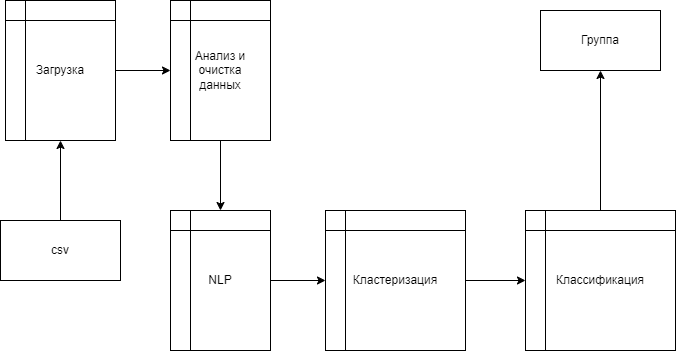
Thunderball78/bmstu keeps this draw.io diagram as dfd.png. Above is the earlier version. Source tidied: cells renumbered, new cells last; positions are measured from the earlier drawing's top-left corner, leaving out a move shared by most shapes. The source it was exported from:
```xml
<mxGraphModel>
  <root>
    <mxCell id="0" />
    <mxCell id="1" parent="0" />
    <mxCell id="2" style="edgeStyle=orthogonalEdgeStyle;rounded=0;jettySize=auto;html=1;entryX=0.5;entryY=1;entryDx=0;entryDy=0;" parent="1" edge="1" source="3" target="5">
      <mxGeometry relative="1" as="geometry" />
    </mxCell>
    <mxCell id="3" value="csv" style="rounded=0;whiteSpace=wrap;html=1;" parent="1" vertex="1">
      <mxGeometry y="220" width="120" height="60" as="geometry" />
    </mxCell>
    <mxCell id="4" style="edgeStyle=orthogonalEdgeStyle;rounded=0;jettySize=auto;html=1;entryX=0;entryY=0.5;entryDx=0;entryDy=0;" parent="1" edge="1" source="5" target="9">
      <mxGeometry relative="1" as="geometry" />
    </mxCell>
    <mxCell id="5" value="Загрузка" style="shape=internalStorage;whiteSpace=wrap;html=1;backgroundOutline=1;" parent="1" vertex="1">
      <mxGeometry x="5" width="110" height="140" as="geometry" />
    </mxCell>
    <mxCell id="6" style="edgeStyle=orthogonalEdgeStyle;rounded=0;jettySize=auto;html=1;exitX=1;exitY=0.5;exitDx=0;exitDy=0;entryX=0;entryY=0.5;entryDx=0;entryDy=0;" parent="1" edge="1" source="7" target="11">
      <mxGeometry relative="1" as="geometry" />
    </mxCell>
    <mxCell id="7" value="NLP" style="shape=internalStorage;whiteSpace=wrap;html=1;backgroundOutline=1;" parent="1" vertex="1">
      <mxGeometry x="170" y="210" width="100" height="140" as="geometry" />
    </mxCell>
    <mxCell id="8" style="edgeStyle=orthogonalEdgeStyle;rounded=0;jettySize=auto;html=1;" parent="1" edge="1" source="9" target="7">
      <mxGeometry relative="1" as="geometry" />
    </mxCell>
    <mxCell id="9" value="Анализ и&lt;br&gt;очистка&lt;br&gt;данных" style="shape=internalStorage;whiteSpace=wrap;html=1;backgroundOutline=1;" parent="1" vertex="1">
      <mxGeometry x="170" width="100" height="140" as="geometry" />
    </mxCell>
    <mxCell id="10" style="edgeStyle=orthogonalEdgeStyle;rounded=0;jettySize=auto;html=1;" parent="1" edge="1" source="11" target="13">
      <mxGeometry relative="1" as="geometry" />
    </mxCell>
    <mxCell id="11" value="Кластеризация" style="shape=internalStorage;whiteSpace=wrap;html=1;backgroundOutline=1;" parent="1" vertex="1">
      <mxGeometry x="325" y="210" width="140" height="140" as="geometry" />
    </mxCell>
    <mxCell id="12" style="edgeStyle=orthogonalEdgeStyle;rounded=0;jettySize=auto;html=1;entryX=0.5;entryY=1;entryDx=0;entryDy=0;" parent="1" edge="1" source="13" target="14">
      <mxGeometry relative="1" as="geometry" />
    </mxCell>
    <mxCell id="13" value="Классификация" style="shape=internalStorage;whiteSpace=wrap;html=1;backgroundOutline=1;" parent="1" vertex="1">
      <mxGeometry x="525" y="210" width="150" height="140" as="geometry" />
    </mxCell>
    <mxCell id="14" value="Группа" style="rounded=0;whiteSpace=wrap;html=1;" parent="1" vertex="1">
      <mxGeometry x="540" y="10" width="120" height="60" as="geometry" />
    </mxCell>
  </root>
</mxGraphModel>
```
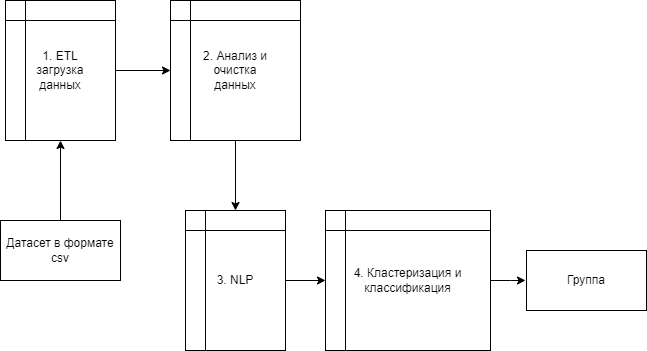
The same file after the commit.

Commit message:
upd dfd

Diff of the diagram source:
```diff
@@ -5,41 +5,37 @@
     <mxCell id="2" style="edgeStyle=orthogonalEdgeStyle;rounded=0;jettySize=auto;html=1;entryX=0.5;entryY=1;entryDx=0;entryDy=0;" parent="1" edge="1" source="3" target="5">
       <mxGeometry relative="1" as="geometry" />
     </mxCell>
-    <mxCell id="3" value="csv" style="rounded=0;whiteSpace=wrap;html=1;" parent="1" vertex="1">
+    <mxCell id="3" value="Датасет в формате csv" style="rounded=0;whiteSpace=wrap;html=1;" parent="1" vertex="1">
       <mxGeometry y="220" width="120" height="60" as="geometry" />
     </mxCell>
     <mxCell id="4" style="edgeStyle=orthogonalEdgeStyle;rounded=0;jettySize=auto;html=1;entryX=0;entryY=0.5;entryDx=0;entryDy=0;" parent="1" edge="1" source="5" target="9">
       <mxGeometry relative="1" as="geometry" />
     </mxCell>
-    <mxCell id="5" value="Загрузка" style="shape=internalStorage;whiteSpace=wrap;html=1;backgroundOutline=1;" parent="1" vertex="1">
+    <mxCell id="5" value="1. ETL&lt;br&gt;загрузка &lt;br&gt;данных" style="shape=internalStorage;whiteSpace=wrap;html=1;backgroundOutline=1;" parent="1" vertex="1">
       <mxGeometry x="5" width="110" height="140" as="geometry" />
     </mxCell>
     <mxCell id="6" style="edgeStyle=orthogonalEdgeStyle;rounded=0;jettySize=auto;html=1;exitX=1;exitY=0.5;exitDx=0;exitDy=0;entryX=0;entryY=0.5;entryDx=0;entryDy=0;" parent="1" edge="1" source="7" target="11">
       <mxGeometry relative="1" as="geometry" />
     </mxCell>
-    <mxCell id="7" value="NLP" style="shape=internalStorage;whiteSpace=wrap;html=1;backgroundOutline=1;" parent="1" vertex="1">
-      <mxGeometry x="170" y="210" width="100" height="140" as="geometry" />
+    <mxCell id="7" value="3. NLP" style="shape=internalStorage;whiteSpace=wrap;html=1;backgroundOutline=1;" parent="1" vertex="1">
+      <mxGeometry x="185" y="210" width="100" height="140" as="geometry" />
     </mxCell>
     <mxCell id="8" style="edgeStyle=orthogonalEdgeStyle;rounded=0;jettySize=auto;html=1;" parent="1" edge="1" source="9" target="7">
       <mxGeometry relative="1" as="geometry" />
     </mxCell>
-    <mxCell id="9" value="Анализ и&lt;br&gt;очистка&lt;br&gt;данных" style="shape=internalStorage;whiteSpace=wrap;html=1;backgroundOutline=1;" parent="1" vertex="1">
-      <mxGeometry x="170" width="100" height="140" as="geometry" />
+    <mxCell id="9" value="2. Анализ и&lt;br&gt;очистка&lt;br&gt;данных" style="shape=internalStorage;whiteSpace=wrap;html=1;backgroundOutline=1;" parent="1" vertex="1">
+      <mxGeometry x="170" width="130" height="140" as="geometry" />
     </mxCell>
-    <mxCell id="10" style="edgeStyle=orthogonalEdgeStyle;rounded=0;jettySize=auto;html=1;" parent="1" edge="1" source="11" target="13">
-      <mxGeometry relative="1" as="geometry" />
+    <mxCell id="10" style="edgeStyle=orthogonalEdgeStyle;rounded=0;jettySize=auto;html=1;" parent="1" edge="1" source="11">
+      <mxGeometry relative="1" as="geometry">
+        <mxPoint x="525" y="280" as="targetPoint" />
+      </mxGeometry>
     </mxCell>
-    <mxCell id="11" value="Кластеризация" style="shape=internalStorage;whiteSpace=wrap;html=1;backgroundOutline=1;" parent="1" vertex="1">
-      <mxGeometry x="325" y="210" width="140" height="140" as="geometry" />
+    <mxCell id="11" value="4. Кластеризация и&lt;br&gt;классификация" style="shape=internalStorage;whiteSpace=wrap;html=1;backgroundOutline=1;" parent="1" vertex="1">
+      <mxGeometry x="325" y="210" width="165" height="140" as="geometry" />
     </mxCell>
-    <mxCell id="12" style="edgeStyle=orthogonalEdgeStyle;rounded=0;jettySize=auto;html=1;entryX=0.5;entryY=1;entryDx=0;entryDy=0;" parent="1" edge="1" source="13" target="14">
-      <mxGeometry relative="1" as="geometry" />
-    </mxCell>
-    <mxCell id="13" value="Классификация" style="shape=internalStorage;whiteSpace=wrap;html=1;backgroundOutline=1;" parent="1" vertex="1">
-      <mxGeometry x="525" y="210" width="150" height="140" as="geometry" />
-    </mxCell>
     <mxCell id="14" value="Группа" style="rounded=0;whiteSpace=wrap;html=1;" parent="1" vertex="1">
-      <mxGeometry x="540" y="10" width="120" height="60" as="geometry" />
+      <mxGeometry x="526" y="250" width="120" height="60" as="geometry" />
     </mxCell>
   </root>
 </mxGraphModel>
```
